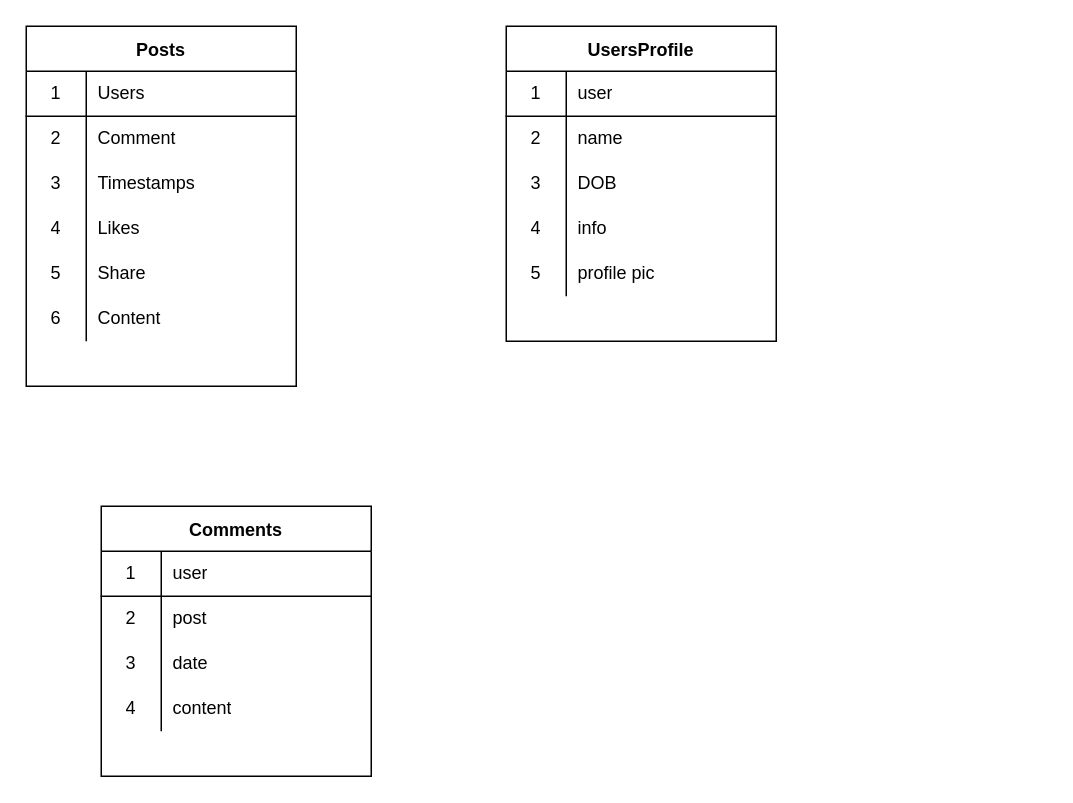
Above: draft.drawio in ameretor/social-media (draw.io), before the change. Source tidied: cells renumbered, new cells numbered last; positions are measured from the earlier drawing's top-left corner, leaving out a move shared by most shapes. Both pictures are drawn from the tidied source at 150%, with x=0, y=0 at pixel (26, 26).
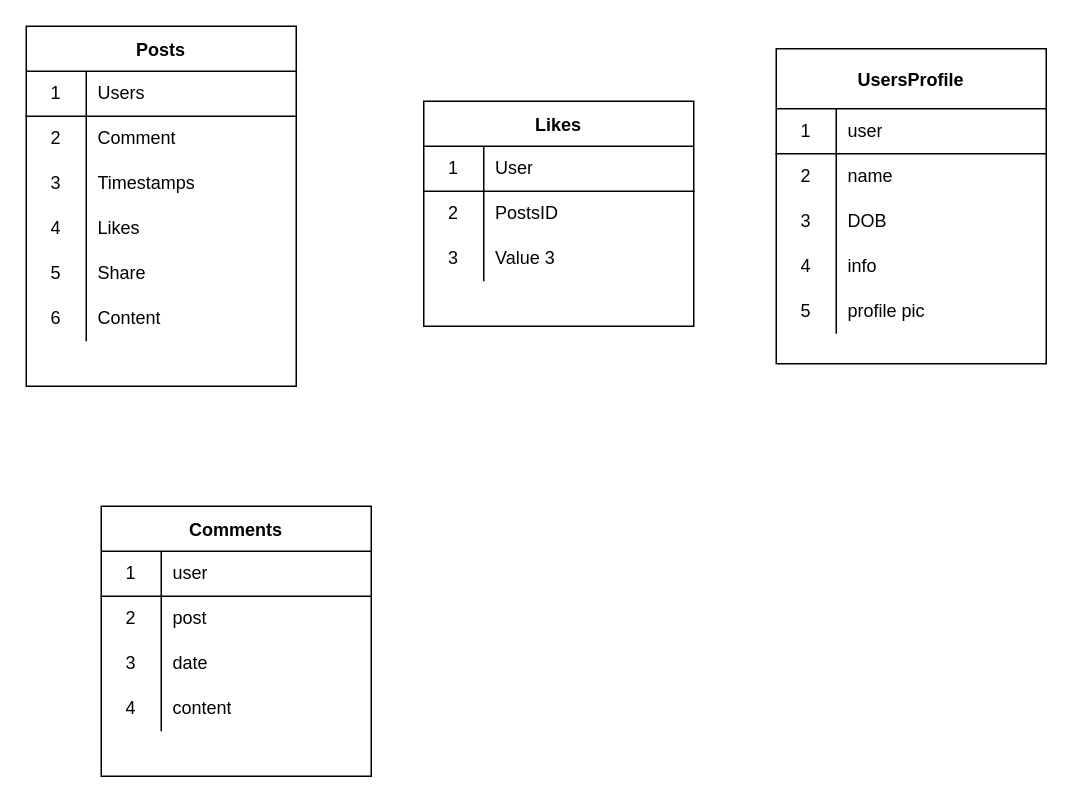
The same diagram, later.

What changed in the source:
```diff
@@
-    <mxCell id="21" value="UsersProfile" style="shape=table;startSize=30;childLayout=tableLayout;rowLines=0;fontStyle=1;align=center;" parent="1" vertex="1">
-      <mxGeometry x="320" width="180" height="210" as="geometry" />
+    <mxCell id="21" value="UsersProfile" style="shape=table;startSize=40;childLayout=tableLayout;rowLines=0;fontStyle=1;align=center;" parent="1" vertex="1">
+      <mxGeometry x="500" y="15" width="180" height="210" as="geometry" />
     </mxCell>
     <mxCell id="22" style="shape=partialRectangle;html=1;whiteSpace=wrap;fillColor=none;top=0;left=0;bottom=1;right=0;" parent="21" vertex="1">
-      <mxGeometry y="30" width="180" height="30" as="geometry" />
+      <mxGeometry y="40" width="180" height="30" as="geometry" />
     </mxCell>
@@
     <mxCell id="25" style="shape=partialRectangle;html=1;whiteSpace=wrap;fillColor=none;top=0;left=0;bottom=0;right=0;" parent="21" vertex="1">
-      <mxGeometry y="60" width="180" height="30" as="geometry" />
+      <mxGeometry y="70" width="180" height="30" as="geometry" />
     </mxCell>
@@
     <mxCell id="28" style="shape=partialRectangle;html=1;whiteSpace=wrap;fillColor=none;top=0;left=0;bottom=0;right=0;" parent="21" vertex="1">
-      <mxGeometry y="90" width="180" height="30" as="geometry" />
+      <mxGeometry y="100" width="180" height="30" as="geometry" />
     </mxCell>
@@
     <mxCell id="31" style="shape=partialRectangle;html=1;whiteSpace=wrap;fillColor=none;top=0;left=0;bottom=0;right=0;" parent="21" vertex="1">
-      <mxGeometry y="120" width="180" height="30" as="geometry" />
+      <mxGeometry y="130" width="180" height="30" as="geometry" />
     </mxCell>
@@
     <mxCell id="34" style="shape=partialRectangle;html=1;whiteSpace=wrap;fillColor=none;top=0;left=0;bottom=0;right=0;" parent="21" vertex="1">
-      <mxGeometry y="150" width="180" height="30" as="geometry" />
+      <mxGeometry y="160" width="180" height="30" as="geometry" />
     </mxCell>
@@
+    <mxCell id="50" value="Likes" style="shape=table;startSize=30;childLayout=tableLayout;rowLines=0;fontStyle=1;align=center;" parent="1" vertex="1">
+      <mxGeometry x="265" y="50" width="180" height="150" as="geometry" />
+    </mxCell>
+    <mxCell id="51" style="shape=partialRectangle;html=1;whiteSpace=wrap;fillColor=none;top=0;left=0;bottom=1;right=0;" parent="50" vertex="1">
+      <mxGeometry y="30" width="180" height="30" as="geometry" />
+    </mxCell>
+    <mxCell id="52" value="1" style="shape=partialRectangle;html=1;whiteSpace=wrap;fillColor=none;top=0;left=0;bottom=0;right=0;overflow=hidden;" parent="51" vertex="1">
+      <mxGeometry width="40" height="30" as="geometry" />
+    </mxCell>
+    <mxCell id="53" value="User" style="shape=partialRectangle;html=1;whiteSpace=wrap;fillColor=none;top=0;left=0;bottom=0;right=0;align=left;spacingLeft=6;overflow=hidden;" parent="51" vertex="1">
+      <mxGeometry x="40" width="140" height="30" as="geometry" />
+    </mxCell>
+    <mxCell id="54" style="shape=partialRectangle;html=1;whiteSpace=wrap;fillColor=none;top=0;left=0;bottom=0;right=0;" parent="50" vertex="1">
+      <mxGeometry y="60" width="180" height="30" as="geometry" />
+    </mxCell>
+    <mxCell id="55" value="2" style="shape=partialRectangle;html=1;whiteSpace=wrap;fillColor=none;top=0;left=0;bottom=0;right=0;overflow=hidden;" parent="54" vertex="1">
+      <mxGeometry width="40" height="30" as="geometry" />
+    </mxCell>
+    <mxCell id="56" value="PostsID" style="shape=partialRectangle;html=1;whiteSpace=wrap;fillColor=none;top=0;left=0;bottom=0;right=0;align=left;spacingLeft=6;overflow=hidden;" parent="54" vertex="1">
+      <mxGeometry x="40" width="140" height="30" as="geometry" />
+    </mxCell>
+    <mxCell id="57" style="shape=partialRectangle;html=1;whiteSpace=wrap;fillColor=none;top=0;left=0;bottom=0;right=0;" parent="50" vertex="1">
+      <mxGeometry y="90" width="180" height="30" as="geometry" />
+    </mxCell>
+    <mxCell id="58" value="3" style="shape=partialRectangle;html=1;whiteSpace=wrap;fillColor=none;top=0;left=0;bottom=0;right=0;overflow=hidden;" parent="57" vertex="1">
+      <mxGeometry width="40" height="30" as="geometry" />
+    </mxCell>
+    <mxCell id="59" value="Value 3" style="shape=partialRectangle;html=1;whiteSpace=wrap;fillColor=none;top=0;left=0;bottom=0;right=0;align=left;spacingLeft=6;overflow=hidden;" parent="57" vertex="1">
+      <mxGeometry x="40" width="140" height="30" as="geometry" />
+    </mxCell>
```
